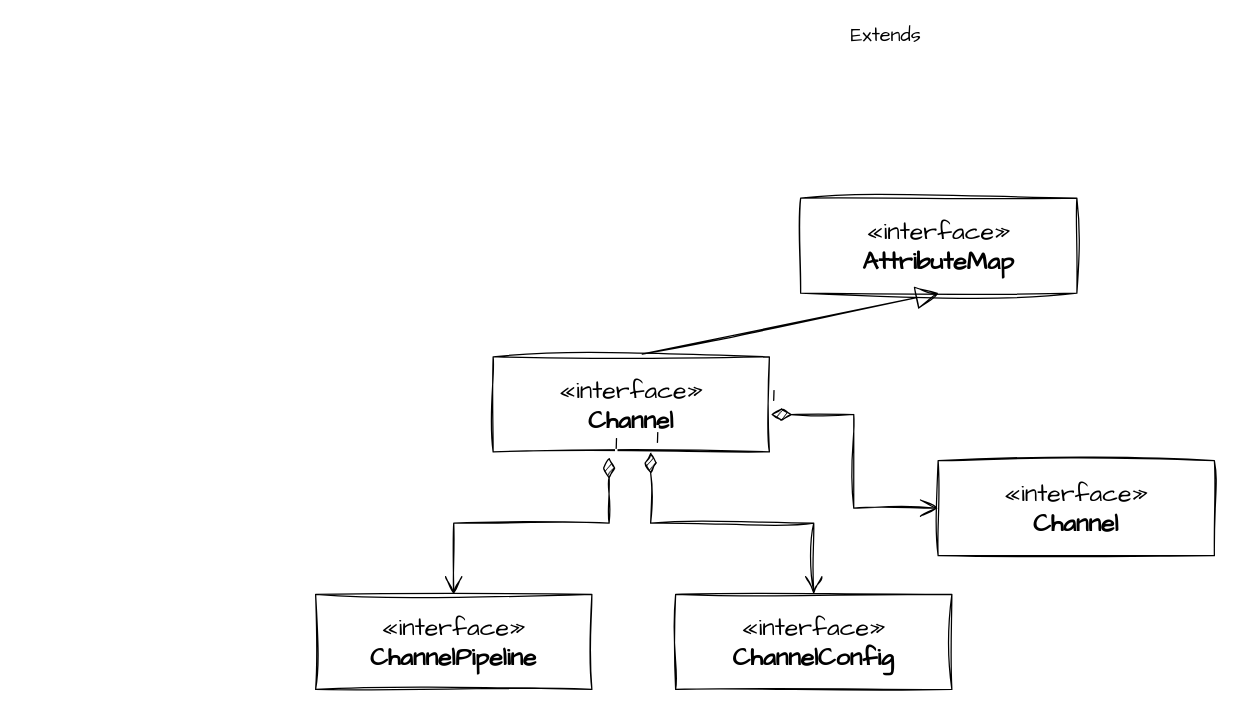
HoShum/drawio keeps this draw.io diagram as page "Channel" (2 of 2) of Netty.drawio. Above is the earlier version. Source tidied: cells renumbered, new cells numbered last; positions are measured from the earlier drawing's top-left corner, leaving out a move shared by most shapes. Both pictures are drawn from the tidied source at 125%, with x=0, y=0 at pixel (315, 198).
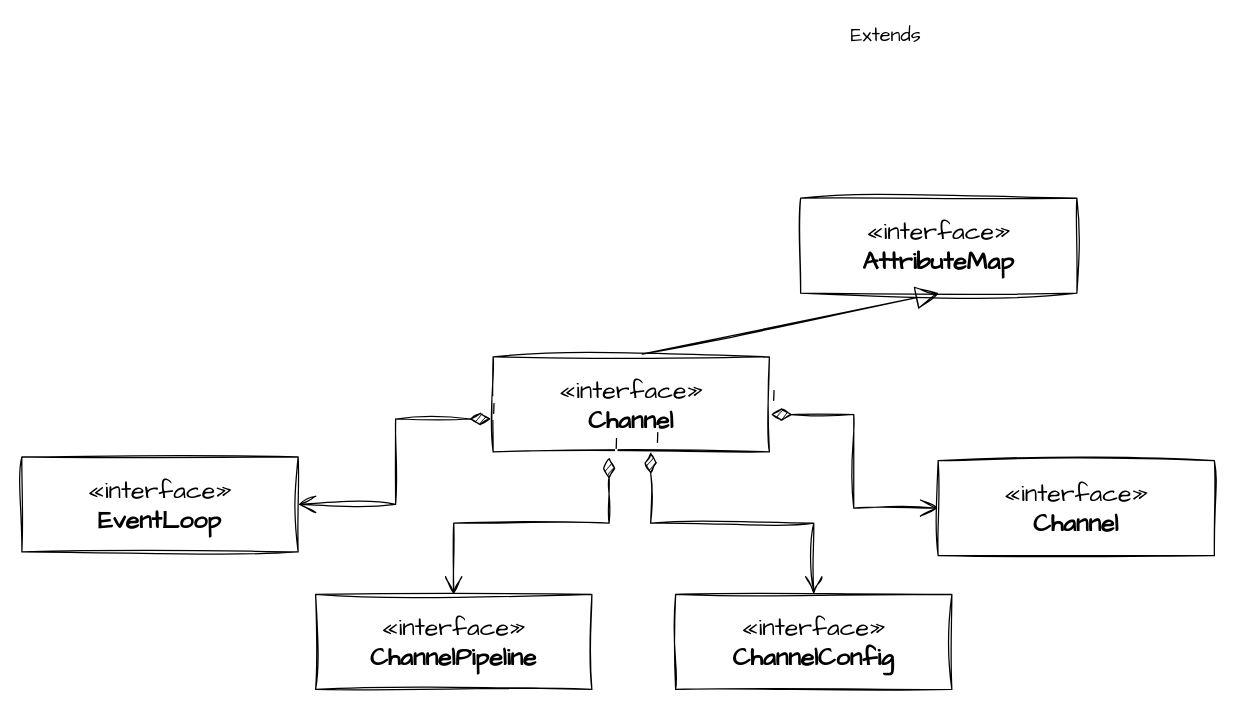
The same diagram, later.

What changed in the source:
```diff
@@
 <mxGraphModel>
   <root>
     <mxCell id="0" />
     <mxCell id="1" parent="0" />
     <mxCell id="2" value="«interface»&lt;br&gt;&lt;b&gt;Channel&lt;/b&gt;" style="html=1;whiteSpace=wrap;sketch=1;hachureGap=4;jiggle=2;curveFitting=1;fontFamily=Architects Daughter;fontSize=20;" parent="1" vertex="1">
       <mxGeometry x="142" y="127" width="221" height="76" as="geometry" />
     </mxCell>
     <mxCell id="3" value="«interface»&lt;br&gt;&lt;b&gt;ChannelPipeline&lt;/b&gt;" style="html=1;whiteSpace=wrap;sketch=1;hachureGap=4;jiggle=2;curveFitting=1;fontFamily=Architects Daughter;fontSize=20;" parent="1" vertex="1">
       <mxGeometry y="317" width="221" height="76" as="geometry" />
     </mxCell>
     <mxCell id="4" value="1" style="endArrow=open;html=1;endSize=12;startArrow=diamondThin;startSize=14;startFill=1;edgeStyle=orthogonalEdgeStyle;align=left;verticalAlign=bottom;rounded=0;sketch=1;hachureGap=4;jiggle=2;curveFitting=1;fontFamily=Architects Daughter;fontSize=16;exitX=0.42;exitY=1.06;exitDx=0;exitDy=0;entryX=0.5;entryY=0;entryDx=0;entryDy=0;exitPerimeter=0;" parent="1" edge="1" source="2" target="3">
       <mxGeometry x="-1" y="3" relative="1" as="geometry" />
     </mxCell>
     <mxCell id="5" value="«interface»&lt;br&gt;&lt;b&gt;ChannelConfig&lt;/b&gt;" style="html=1;whiteSpace=wrap;sketch=1;hachureGap=4;jiggle=2;curveFitting=1;fontFamily=Architects Daughter;fontSize=20;" parent="1" vertex="1">
       <mxGeometry x="288" y="317" width="221" height="76" as="geometry" />
     </mxCell>
     <mxCell id="6" value="1" style="endArrow=open;html=1;endSize=12;startArrow=diamondThin;startSize=14;startFill=1;edgeStyle=orthogonalEdgeStyle;align=left;verticalAlign=bottom;rounded=0;sketch=1;hachureGap=4;jiggle=2;curveFitting=1;fontFamily=Architects Daughter;fontSize=16;exitX=0.57;exitY=1.006;exitDx=0;exitDy=0;entryX=0.5;entryY=0;entryDx=0;entryDy=0;exitPerimeter=0;" parent="1" edge="1" source="2" target="5">
       <mxGeometry x="-1" y="3" relative="1" as="geometry" />
     </mxCell>
     <mxCell id="7" value="«interface»&lt;br&gt;&lt;b&gt;Channel&lt;/b&gt;" style="html=1;whiteSpace=wrap;sketch=1;hachureGap=4;jiggle=2;curveFitting=1;fontFamily=Architects Daughter;fontSize=20;" parent="1" vertex="1">
       <mxGeometry x="498" y="210" width="221" height="76" as="geometry" />
     </mxCell>
     <mxCell id="8" value="1" style="endArrow=open;html=1;endSize=12;startArrow=diamondThin;startSize=14;startFill=1;edgeStyle=orthogonalEdgeStyle;align=left;verticalAlign=bottom;rounded=0;sketch=1;hachureGap=4;jiggle=2;curveFitting=1;fontFamily=Architects Daughter;fontSize=16;exitX=1.006;exitY=0.607;exitDx=0;exitDy=0;entryX=0;entryY=0.5;entryDx=0;entryDy=0;exitPerimeter=0;" parent="1" edge="1" source="2" target="7">
       <mxGeometry x="-1" y="3" relative="1" as="geometry" />
     </mxCell>
     <mxCell id="9" value="«interface»&lt;br&gt;&lt;b&gt;AttributeMap&lt;/b&gt;" style="html=1;whiteSpace=wrap;sketch=1;hachureGap=4;jiggle=2;curveFitting=1;fontFamily=Architects Daughter;fontSize=20;" parent="1" vertex="1">
       <mxGeometry x="388" width="221" height="76" as="geometry" />
     </mxCell>
     <mxCell id="10" value="Extends" style="endArrow=block;endSize=16;endFill=0;html=1;rounded=0;sketch=1;hachureGap=4;jiggle=2;curveFitting=1;fontFamily=Architects Daughter;fontSize=16;entryX=0.5;entryY=1;entryDx=0;entryDy=0;exitX=0.54;exitY=-0.03;exitDx=0;exitDy=0;exitPerimeter=0;" parent="1" edge="1" source="2" target="9">
       <mxGeometry x="1" y="210" relative="1" as="geometry" />
     </mxCell>
+    <mxCell id="11" value="«interface»&lt;br&gt;&lt;b&gt;EventLoop&lt;/b&gt;" style="html=1;whiteSpace=wrap;sketch=1;hachureGap=4;jiggle=2;curveFitting=1;fontFamily=Architects Daughter;fontSize=20;" parent="1" vertex="1">
+      <mxGeometry x="-235" y="207" width="221" height="76" as="geometry" />
+    </mxCell>
+    <mxCell id="12" value="1" style="endArrow=open;html=1;endSize=12;startArrow=diamondThin;startSize=14;startFill=1;edgeStyle=orthogonalEdgeStyle;align=left;verticalAlign=bottom;rounded=0;sketch=1;hachureGap=4;jiggle=2;curveFitting=1;fontFamily=Architects Daughter;fontSize=16;exitX=-0.008;exitY=0.654;exitDx=0;exitDy=0;exitPerimeter=0;entryX=1;entryY=0.5;entryDx=0;entryDy=0;" parent="1" edge="1" source="2" target="11">
+      <mxGeometry x="-1" y="3" relative="1" as="geometry" />
+    </mxCell>
   </root>
 </mxGraphModel>
```
